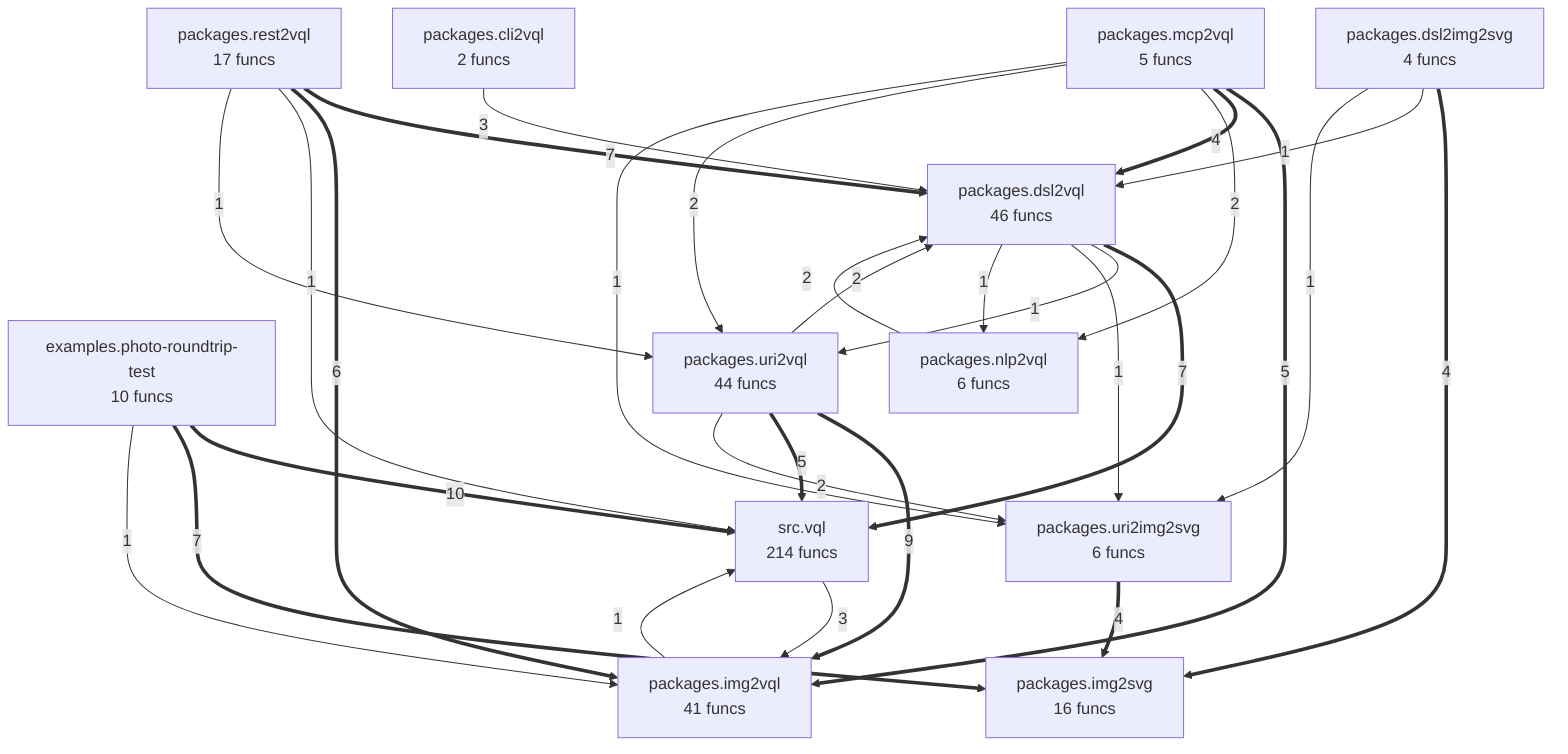
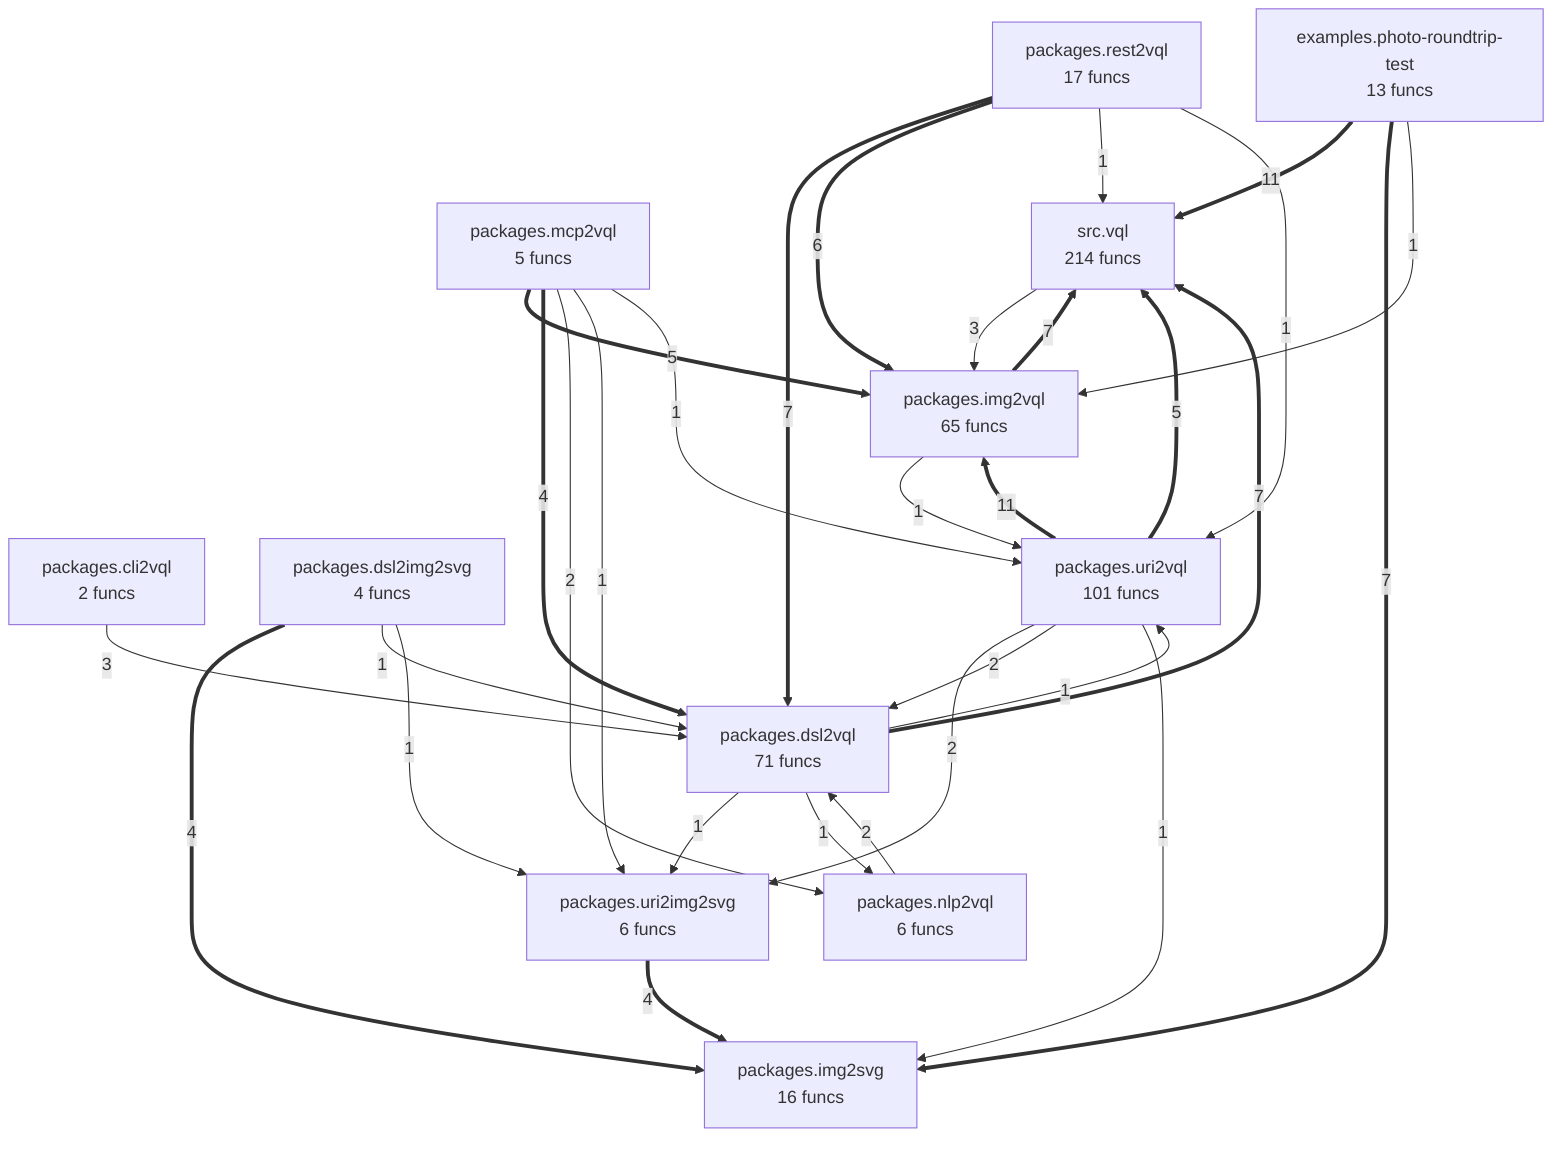
flowchart TD
%% generated in 0.02s
-     examples__photo_roundtrip_test["examples.photo-roundtrip-test<br/>10 funcs"]
+     examples__photo_roundtrip_test["examples.photo-roundtrip-test<br/>13 funcs"]
    packages__cli2vql["packages.cli2vql<br/>2 funcs"]
    packages__dsl2img2svg["packages.dsl2img2svg<br/>4 funcs"]
-     packages__dsl2vql["packages.dsl2vql<br/>46 funcs"]
+     packages__dsl2vql["packages.dsl2vql<br/>71 funcs"]
    packages__img2svg["packages.img2svg<br/>16 funcs"]
-     packages__img2vql["packages.img2vql<br/>41 funcs"]
+     packages__img2vql["packages.img2vql<br/>65 funcs"]
    packages__mcp2vql["packages.mcp2vql<br/>5 funcs"]
    packages__nlp2vql["packages.nlp2vql<br/>6 funcs"]
    packages__rest2vql["packages.rest2vql<br/>17 funcs"]
    packages__uri2img2svg["packages.uri2img2svg<br/>6 funcs"]
-     packages__uri2vql["packages.uri2vql<br/>44 funcs"]
+     packages__uri2vql["packages.uri2vql<br/>101 funcs"]
    src__vql["src.vql<br/>214 funcs"]
-     examples__photo_roundtrip_test ==>|10| src__vql
-     packages__uri2vql ==>|9| packages__img2vql
+     packages__uri2vql ==>|11| packages__img2vql
+     examples__photo_roundtrip_test ==>|11| src__vql
    packages__dsl2vql ==>|7| src__vql
    packages__rest2vql ==>|7| packages__dsl2vql
+     packages__img2vql ==>|7| src__vql
    examples__photo_roundtrip_test ==>|7| packages__img2svg
    packages__rest2vql ==>|6| packages__img2vql
    packages__mcp2vql ==>|5| packages__img2vql
    packages__uri2vql ==>|5| src__vql
    packages__uri2img2svg ==>|4| packages__img2svg
    packages__mcp2vql ==>|4| packages__dsl2vql
    packages__dsl2img2svg ==>|4| packages__img2svg
    packages__cli2vql -->|3| packages__dsl2vql
    src__vql -->|3| packages__img2vql
    packages__mcp2vql -->|2| packages__nlp2vql
-     packages__mcp2vql -->|2| packages__uri2vql
    packages__uri2vql -->|2| packages__uri2img2svg
    packages__uri2vql -->|2| packages__dsl2vql
    packages__nlp2vql -->|2| packages__dsl2vql
    packages__dsl2vql -->|1| packages__uri2vql
    packages__dsl2vql -->|1| packages__uri2img2svg
    packages__dsl2vql -->|1| packages__nlp2vql
    packages__mcp2vql -->|1| packages__uri2img2svg
+     packages__mcp2vql -->|1| packages__uri2vql
    packages__rest2vql -->|1| src__vql
    packages__rest2vql -->|1| packages__uri2vql
    packages__dsl2img2svg -->|1| packages__dsl2vql
    packages__dsl2img2svg -->|1| packages__uri2img2svg
-     packages__img2vql -->|1| src__vql
+     packages__img2vql -->|1| packages__uri2vql
    examples__photo_roundtrip_test -->|1| packages__img2vql
+     packages__uri2vql -->|1| packages__img2svg
